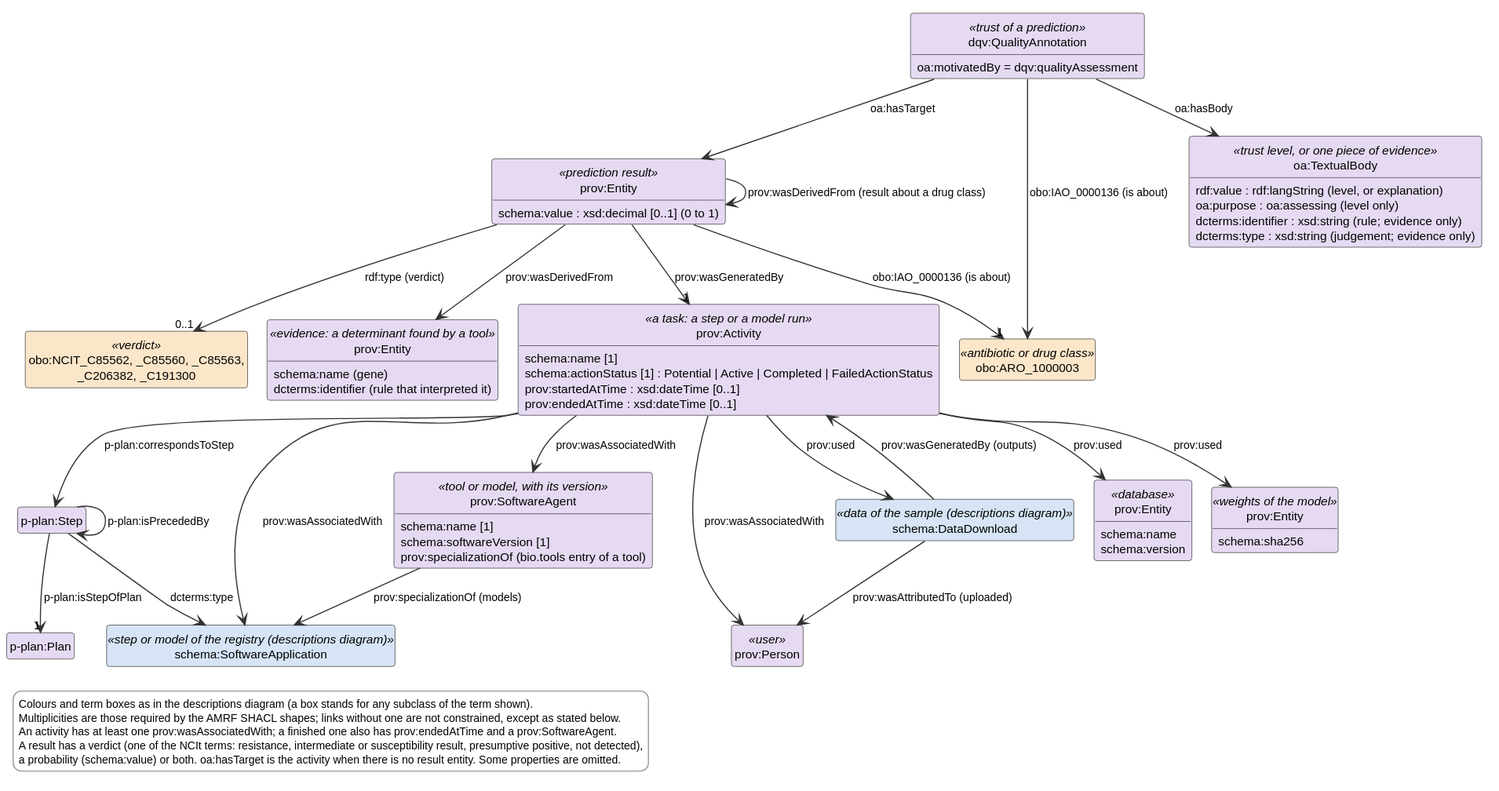
Earlier version of the PlantUML export docs/figures/amrf-provenance.svg (DEAL-US/Cocos).
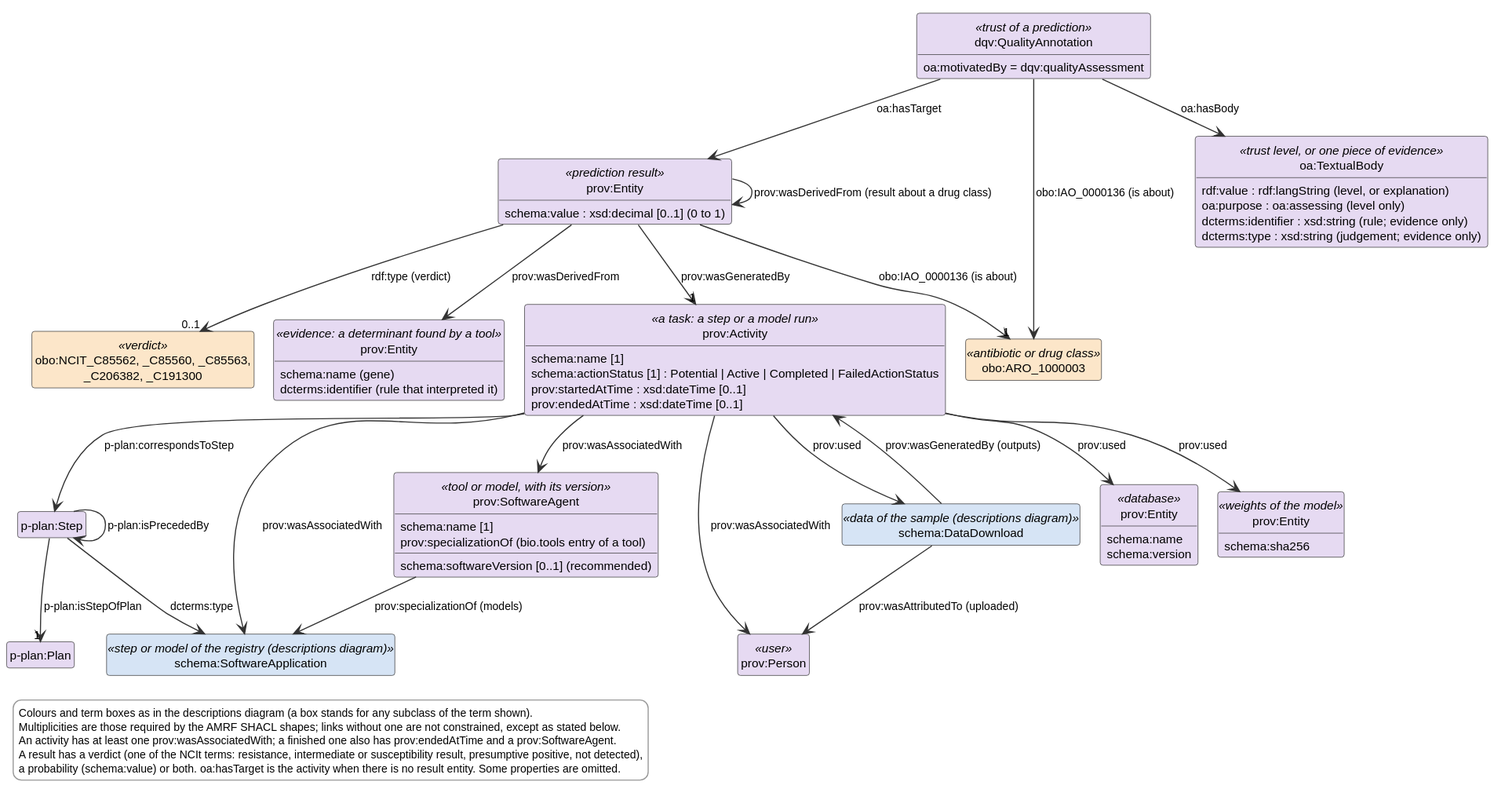
The same diagram one commit later.

Commit message:
docs: show the software version as recommended in the provenance diagram

What changed in the source:
```diff
@@ -29,7 +29,7 @@
 class "prov:Person" as User <<user>> #E6DAF2
 class "prov:SoftwareAgent" as Agent <<tool or model, with its version>> #E6DAF2 {
   schema:name [1]
-  schema:softwareVersion [1]
+  schema:softwareVersion [0..1] (recommended)
   {field} prov:specializationOf (bio.tools entry of a tool)
 }
 class "prov:Entity" as Db <<database>> #E6DAF2 {
```
